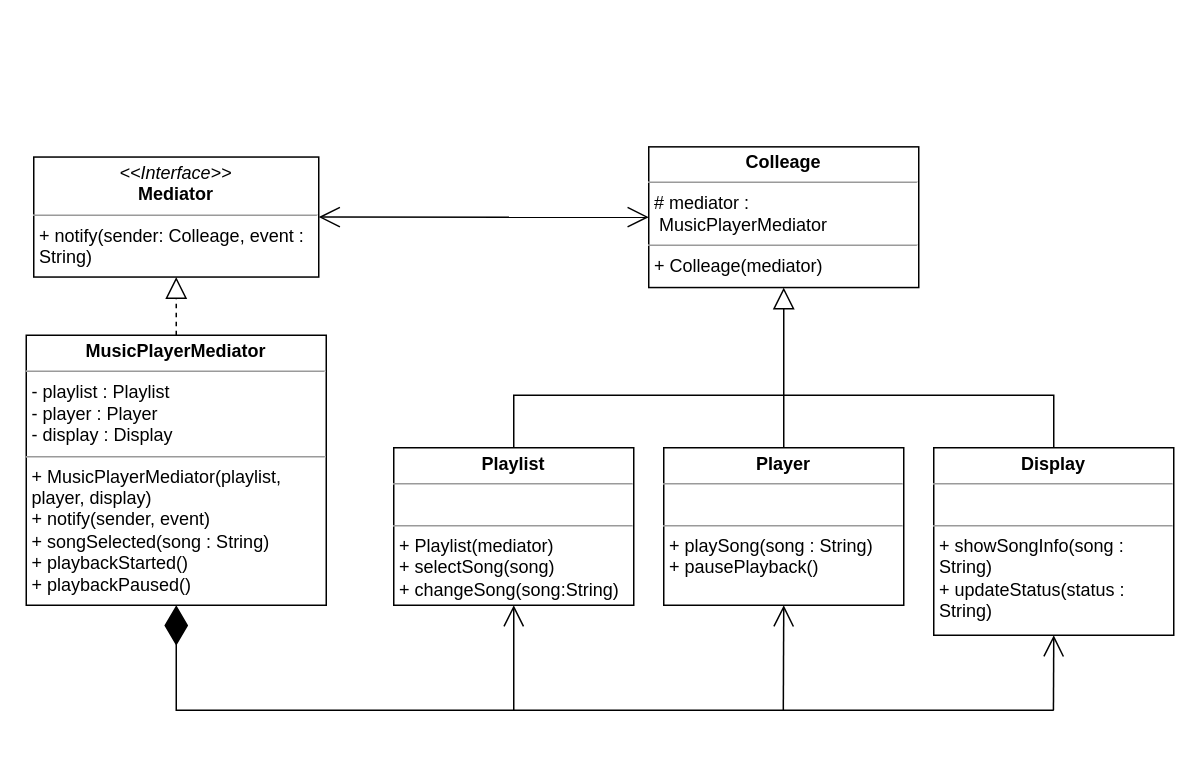
Above: page "หน้า-3" (3 of 3) of Project/behavioral/Mediator/Mediator.drawio in pang1217/Pattern-and-Software-Design (draw.io), before the change. Source tidied: cells renumbered, new cells numbered last; positions are measured from the earlier drawing's top-left corner, leaving out a move shared by most shapes. Both pictures are drawn from the tidied source at 150%, with x=0, y=0 at pixel (26, 146).
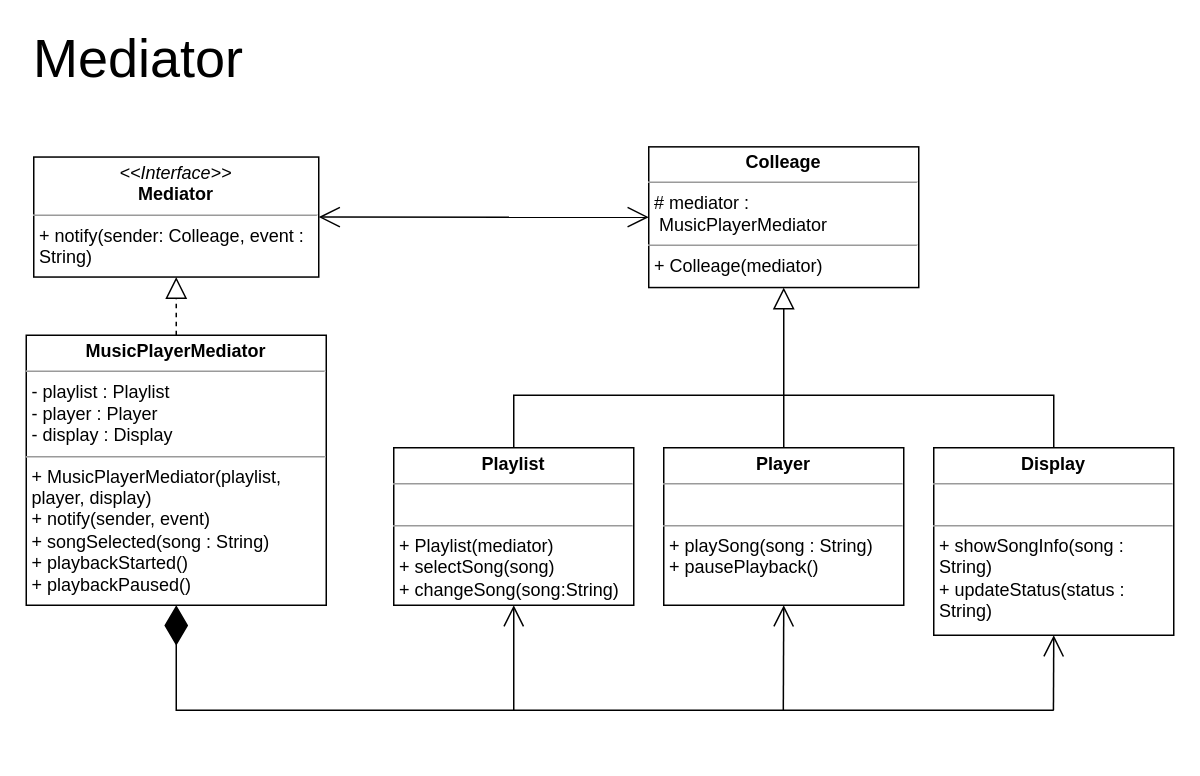
After the change.

What changed in the source:
```diff
@@
+    <mxCell id="16" value="&lt;font style=&quot;font-size: 36px;&quot;&gt;Mediator&lt;/font&gt;" style="text;html=1;align=center;verticalAlign=middle;whiteSpace=wrap;rounded=0;" parent="1" vertex="1">
+      <mxGeometry x="45" y="-74" width="60" height="30" as="geometry" />
+    </mxCell>
```
